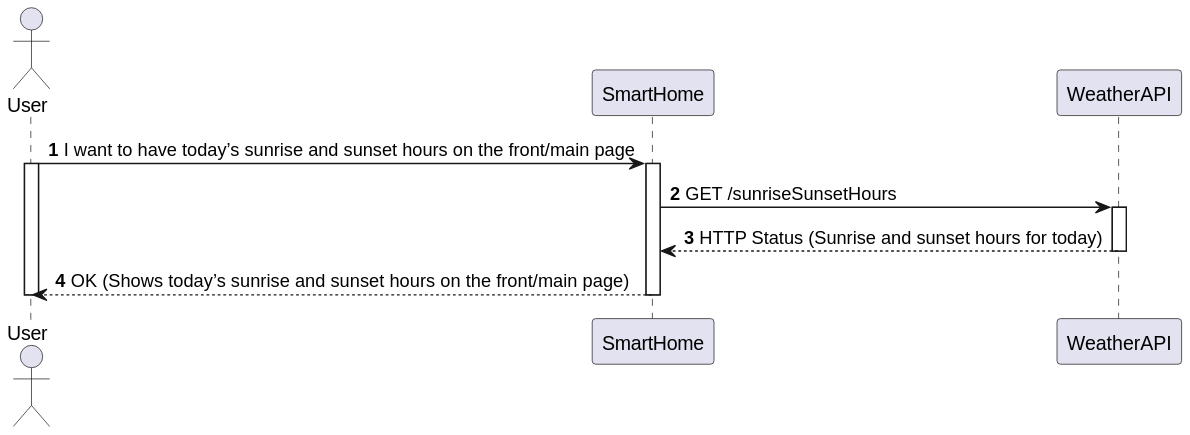
The PlantUML diagram docs/C4_4plus1_models/Level1/ProcessView/ProcessViewLevel1_UC17_v1.svg in moutajDev/smarthome, before a commit. Its diagram source:
```plantuml
@startuml
!pragma layout smetana

autonumber
actor "User" as User

participant "SmartHome" as SmartHome
participant "WeatherAPI" as WeatherAPI

User -> SmartHome : I want to have today’s sunrise and sunset hours on the front/main page
activate SmartHome
activate User

SmartHome -> WeatherAPI : GET /sunriseSunsetHours
activate WeatherAPI
WeatherAPI --> SmartHome : HTTP Status (Sunrise and sunset hours for today)
deactivate WeatherAPI

SmartHome --> User : OK (Shows today’s sunrise and sunset hours on the front/main page)
deactivate SmartHome
deactivate User
@enduml
```
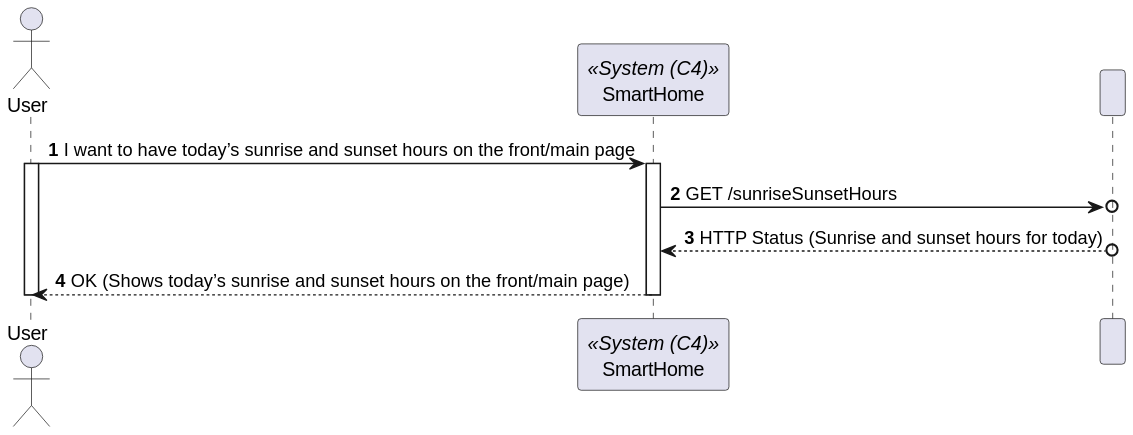
Above is the later version.

Change to the diagram source:
```diff
@@ -4,17 +4,17 @@
 autonumber
 actor "User" as User
 
-participant "SmartHome" as SmartHome
-participant "WeatherAPI" as WeatherAPI
+participant "SmartHome" as SmartHome<<System (C4)>>
+participant " " as SunTimeAPI
 
 User -> SmartHome : I want to have today’s sunrise and sunset hours on the front/main page
 activate SmartHome
 activate User
 
-SmartHome -> WeatherAPI : GET /sunriseSunsetHours
-activate WeatherAPI
-WeatherAPI --> SmartHome : HTTP Status (Sunrise and sunset hours for today)
-deactivate WeatherAPI
+SmartHome ->o SunTimeAPI : GET /sunriseSunsetHours
+
+SunTimeAPI o--> SmartHome : HTTP Status (Sunrise and sunset hours for today)
+
 
 SmartHome --> User : OK (Shows today’s sunrise and sunset hours on the front/main page)
 deactivate SmartHome
```
